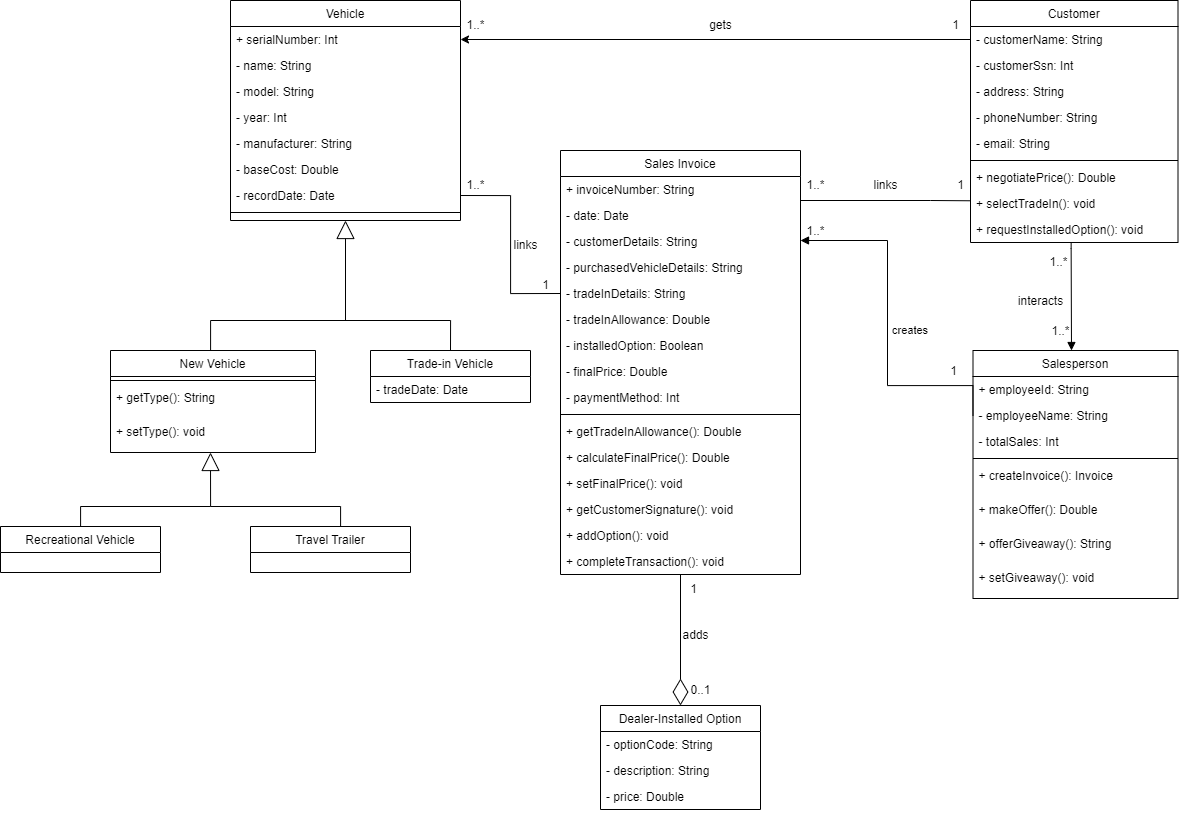
Earlier version of the draw.io export holiday_travel_vehicles.drawio.png (LarryChenCode/IS7020_diagrams). Source tidied: cells renumbered, new cells last; positions are measured from the earlier drawing's top-left corner, leaving out a move shared by most shapes.
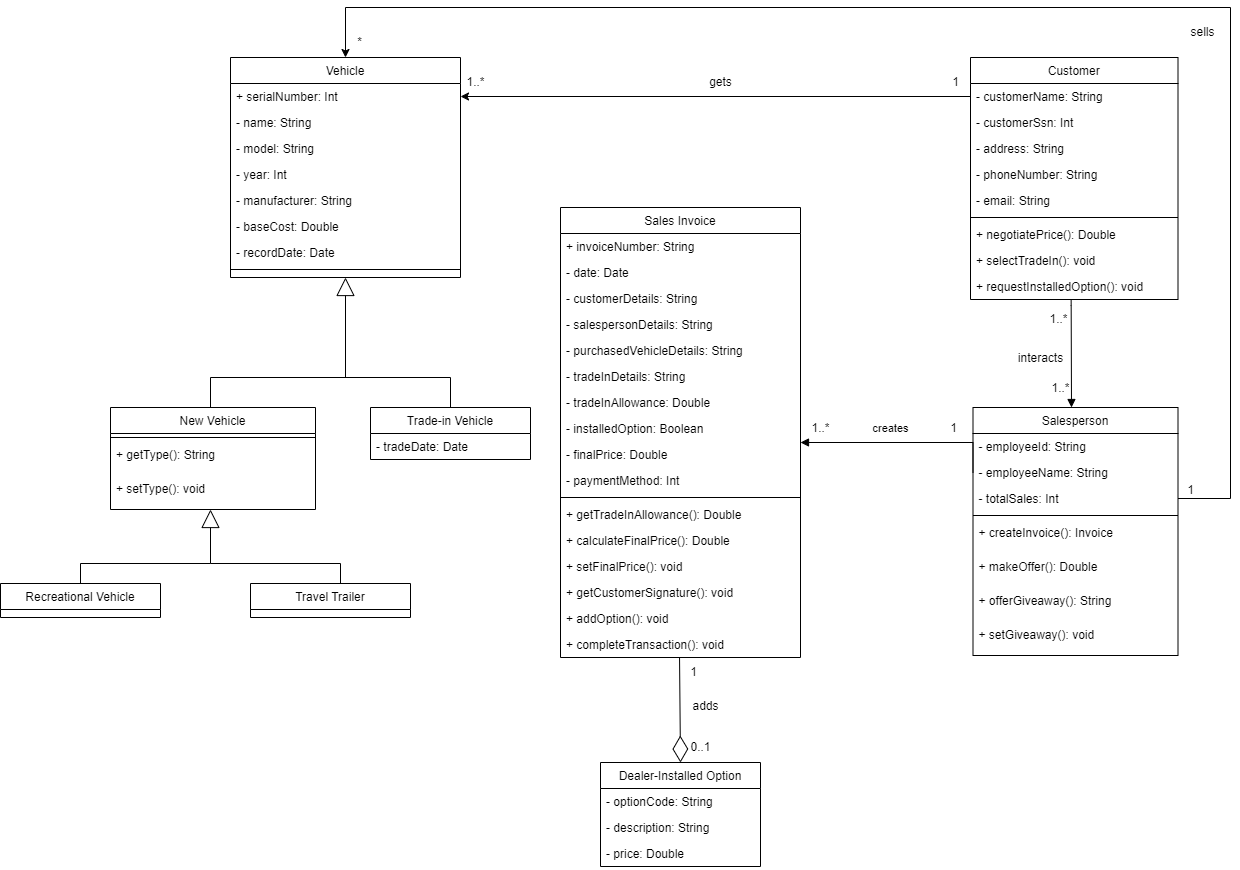
Above is the later version.

Diff of the diagram source:
```diff
@@ -29,10 +29,19 @@
     <mxCell id="10" style="line;html=1;strokeWidth=1;align=left;verticalAlign=middle;spacingTop=-1;spacingLeft=3;spacingRight=3;labelPosition=right;" parent="2" vertex="1">
       <mxGeometry y="208" width="230" height="8" as="geometry" />
     </mxCell>
+    <mxCell id="86" style="edgeStyle=orthogonalEdgeStyle;rounded=0;jettySize=auto;html=1;entryX=0.5;entryY=0;entryDx=0;entryDy=0;exitX=1;exitY=0.5;exitDx=0;exitDy=0;" parent="1" edge="1" source="14" target="2">
+      <mxGeometry relative="1" as="geometry">
+        <Array as="points">
+          <mxPoint x="1230" y="441" />
+          <mxPoint x="1230" y="-50" />
+          <mxPoint x="345" y="-50" />
+        </Array>
+      </mxGeometry>
+    </mxCell>
     <mxCell id="11" value="Salesperson" style="swimlane;fontStyle=0;align=center;verticalAlign=top;horizontal=1;startSize=26;rounded=0;shadow=0;strokeWidth=1;" parent="1" vertex="1">
       <mxGeometry x="972.5" y="350" width="205" height="248" as="geometry" />
     </mxCell>
-    <mxCell id="12" value="+ employeeId: String" style="text;align=left;verticalAlign=top;spacingLeft=4;spacingRight=4;overflow=hidden;" parent="11" vertex="1">
+    <mxCell id="12" value="- employeeId: String" style="text;align=left;verticalAlign=top;spacingLeft=4;spacingRight=4;overflow=hidden;" parent="11" vertex="1">
       <mxGeometry y="26" width="205" height="26" as="geometry" />
     </mxCell>
     <mxCell id="13" value="- employeeName: String" style="text;align=left;verticalAlign=top;spacingLeft=4;spacingRight=4;overflow=hidden;points=[[0,0.5],[1,0.5]];portConstraint=eastwest;rounded=0;shadow=0;html=0;" parent="11" vertex="1">
@@ -57,7 +66,7 @@
       <mxGeometry y="214" width="205" height="34" as="geometry" />
     </mxCell>
     <mxCell id="20" value="Sales Invoice" style="swimlane;fontStyle=0;align=center;verticalAlign=top;horizontal=1;startSize=26;rounded=0;shadow=0;strokeWidth=1;" parent="1" vertex="1">
-      <mxGeometry x="560" y="150" width="240" height="424" as="geometry" />
+      <mxGeometry x="560" y="150" width="240" height="450" as="geometry" />
     </mxCell>
     <mxCell id="21" value="+ invoiceNumber: String" style="text;align=left;verticalAlign=top;spacingLeft=4;spacingRight=4;overflow=hidden;" parent="20" vertex="1">
       <mxGeometry y="26" width="240" height="26" as="geometry" />
@@ -68,44 +77,47 @@
     <mxCell id="23" value="- customerDetails: String" style="text;align=left;verticalAlign=top;spacingLeft=4;spacingRight=4;overflow=hidden;" parent="20" vertex="1">
       <mxGeometry y="78" width="240" height="26" as="geometry" />
     </mxCell>
+    <mxCell id="87" value="- salespersonDetails: String" style="text;align=left;verticalAlign=top;spacingLeft=4;spacingRight=4;overflow=hidden;" parent="20" vertex="1">
+      <mxGeometry y="104" width="240" height="26" as="geometry" />
+    </mxCell>
     <mxCell id="24" value="- purchasedVehicleDetails: String" style="text;align=left;verticalAlign=top;spacingLeft=4;spacingRight=4;overflow=hidden;" parent="20" vertex="1">
-      <mxGeometry y="104" width="240" height="26" as="geometry" />
+      <mxGeometry y="130" width="240" height="26" as="geometry" />
     </mxCell>
     <mxCell id="25" value="- tradeInDetails: String" style="text;align=left;verticalAlign=top;spacingLeft=4;spacingRight=4;overflow=hidden;points=[[0,0.5],[1,0.5]];portConstraint=eastwest;" parent="20" vertex="1">
-      <mxGeometry y="130" width="240" height="26" as="geometry" />
+      <mxGeometry y="156" width="240" height="26" as="geometry" />
     </mxCell>
     <mxCell id="26" value="- tradeInAllowance: Double" style="text;align=left;verticalAlign=top;spacingLeft=4;spacingRight=4;overflow=hidden;" parent="20" vertex="1">
-      <mxGeometry y="156" width="240" height="26" as="geometry" />
+      <mxGeometry y="182" width="240" height="26" as="geometry" />
     </mxCell>
     <mxCell id="27" value="- installedOption: Boolean" style="text;align=left;verticalAlign=top;spacingLeft=4;spacingRight=4;overflow=hidden;" parent="20" vertex="1">
-      <mxGeometry y="182" width="240" height="26" as="geometry" />
+      <mxGeometry y="208" width="240" height="26" as="geometry" />
     </mxCell>
     <mxCell id="28" value="- finalPrice: Double" style="text;align=left;verticalAlign=top;spacingLeft=4;spacingRight=4;overflow=hidden;" parent="20" vertex="1">
-      <mxGeometry y="208" width="240" height="26" as="geometry" />
+      <mxGeometry y="234" width="240" height="26" as="geometry" />
     </mxCell>
     <mxCell id="29" value="- paymentMethod: Int" style="text;align=left;verticalAlign=top;spacingLeft=4;spacingRight=4;overflow=hidden;" parent="20" vertex="1">
-      <mxGeometry y="234" width="240" height="26" as="geometry" />
+      <mxGeometry y="260" width="240" height="26" as="geometry" />
     </mxCell>
     <mxCell id="30" style="line;html=1;strokeWidth=1;align=left;verticalAlign=middle;spacingTop=-1;spacingLeft=3;spacingRight=3;labelPosition=right;" parent="20" vertex="1">
-      <mxGeometry y="260" width="240" height="8" as="geometry" />
+      <mxGeometry y="286" width="240" height="8" as="geometry" />
     </mxCell>
     <mxCell id="31" value="+ getTradeInAllowance(): Double" style="text;align=left;verticalAlign=top;spacingLeft=4;spacingRight=4;overflow=hidden;" parent="20" vertex="1">
-      <mxGeometry y="268" width="240" height="26" as="geometry" />
+      <mxGeometry y="294" width="240" height="26" as="geometry" />
     </mxCell>
     <mxCell id="32" value="+ calculateFinalPrice(): Double" style="text;align=left;verticalAlign=top;spacingLeft=4;spacingRight=4;overflow=hidden;" parent="20" vertex="1">
-      <mxGeometry y="294" width="240" height="26" as="geometry" />
+      <mxGeometry y="320" width="240" height="26" as="geometry" />
     </mxCell>
     <mxCell id="33" value="+ setFinalPrice(): void" style="text;align=left;verticalAlign=top;spacingLeft=4;spacingRight=4;overflow=hidden;" parent="20" vertex="1">
-      <mxGeometry y="320" width="240" height="26" as="geometry" />
+      <mxGeometry y="346" width="240" height="26" as="geometry" />
     </mxCell>
     <mxCell id="34" value="+ getCustomerSignature(): void" style="text;align=left;verticalAlign=top;spacingLeft=4;spacingRight=4;overflow=hidden;" parent="20" vertex="1">
-      <mxGeometry y="346" width="240" height="26" as="geometry" />
+      <mxGeometry y="372" width="240" height="26" as="geometry" />
     </mxCell>
     <mxCell id="35" value="+ addOption(): void" style="text;align=left;verticalAlign=top;spacingLeft=4;spacingRight=4;overflow=hidden;" parent="20" vertex="1">
-      <mxGeometry y="372" width="240" height="26" as="geometry" />
+      <mxGeometry y="398" width="240" height="26" as="geometry" />
     </mxCell>
     <mxCell id="36" value="+ completeTransaction(): void" style="text;align=left;verticalAlign=top;spacingLeft=4;spacingRight=4;overflow=hidden;points=[[0,0.5],[1,0.5]];portConstraint=eastwest;" parent="20" vertex="1">
-      <mxGeometry y="398" width="240" height="26" as="geometry" />
+      <mxGeometry y="424" width="240" height="26" as="geometry" />
     </mxCell>
     <mxCell id="37" style="edgeStyle=orthogonalEdgeStyle;rounded=0;jettySize=auto;html=1;entryX=1;entryY=0.5;entryDx=0;entryDy=0;exitX=0;exitY=0.5;exitDx=0;exitDy=0;" parent="1" edge="1" source="39" target="3">
       <mxGeometry relative="1" as="geometry">
@@ -169,17 +181,17 @@
     <mxCell id="53" value="1..*" style="text;html=1;align=center;verticalAlign=middle;strokeColor=none;fillColor=none;" parent="1" vertex="1">
       <mxGeometry x="1040" y="316" width="40" height="30" as="geometry" />
     </mxCell>
-    <mxCell id="54" value="creates" style="endArrow=block;endFill=1;html=1;edgeStyle=orthogonalEdgeStyle;align=left;verticalAlign=top;rounded=0;exitX=0;exitY=0.5;exitDx=0;exitDy=0;entryX=0.125;entryY=0.8;entryDx=0;entryDy=0;entryPerimeter=0;" parent="1" edge="1" source="13" target="55">
-      <mxGeometry x="0.06" y="-3" relative="1" as="geometry">
+    <mxCell id="54" style="endArrow=block;endFill=1;html=1;edgeStyle=orthogonalEdgeStyle;align=left;verticalAlign=top;rounded=0;exitX=0;exitY=0.5;exitDx=0;exitDy=0;" parent="1" edge="1" source="13">
+      <mxGeometry x="-0.09" y="5" relative="1" as="geometry">
+        <mxPoint x="800" y="385" as="targetPoint" />
         <Array as="points">
-          <mxPoint x="972" y="385" />
-          <mxPoint x="887" y="385" />
-          <mxPoint x="887" y="240" />
+          <mxPoint x="973" y="385" />
+          <mxPoint x="800" y="385" />
         </Array>
       </mxGeometry>
     </mxCell>
     <mxCell id="55" value="1..*" style="text;html=1;align=center;verticalAlign=middle;points=[];strokeColor=none;fillColor=none;" parent="1" vertex="1">
-      <mxGeometry x="795" y="216" width="40" height="30" as="geometry" />
+      <mxGeometry x="800" y="356" width="40" height="30" as="geometry" />
     </mxCell>
     <mxCell id="56" style="endArrow=block;endSize=16;endFill=0;html=1;rounded=0;entryX=0.5;entryY=1;entryDx=0;entryDy=0;exitX=0.5;exitY=0;exitDx=0;exitDy=0;edgeStyle=orthogonalEdgeStyle;" parent="1" edge="1" source="57" target="2">
       <mxGeometry relative="1" as="geometry">
@@ -207,15 +219,6 @@
     <mxCell id="60" value="1" style="text;html=1;align=center;verticalAlign=middle;strokeColor=none;fillColor=none;" parent="1" vertex="1">
       <mxGeometry x="940" y="10" width="30" height="30" as="geometry" />
     </mxCell>
-    <mxCell id="61" value="links" style="text;html=1;align=center;verticalAlign=middle;strokeColor=none;fillColor=none;" parent="1" vertex="1">
-      <mxGeometry x="500" y="230" width="50" height="30" as="geometry" />
-    </mxCell>
-    <mxCell id="62" value="1..*" style="text;html=1;align=center;verticalAlign=middle;strokeColor=none;fillColor=none;" parent="1" vertex="1">
-      <mxGeometry x="455" y="170" width="40" height="30" as="geometry" />
-    </mxCell>
-    <mxCell id="63" value="1" style="text;html=1;align=center;verticalAlign=middle;strokeColor=none;fillColor=none;" parent="1" vertex="1">
-      <mxGeometry x="530" y="270" width="30" height="30" as="geometry" />
-    </mxCell>
     <mxCell id="64" value="New Vehicle" style="swimlane;fontStyle=0;align=center;verticalAlign=top;horizontal=1;startSize=26;rounded=0;shadow=0;strokeWidth=1;" parent="1" vertex="1">
       <mxGeometry x="110" y="350" width="205" height="102" as="geometry" />
     </mxCell>
@@ -229,10 +232,10 @@
       <mxGeometry y="68" width="205" height="34" as="geometry" />
     </mxCell>
     <mxCell id="68" value="Recreational Vehicle" style="swimlane;fontStyle=0;align=center;verticalAlign=top;horizontal=1;startSize=26;rounded=0;shadow=0;strokeWidth=1;" parent="1" vertex="1">
-      <mxGeometry y="526" width="160" height="46" as="geometry" />
+      <mxGeometry y="526" width="160" height="34" as="geometry" />
     </mxCell>
     <mxCell id="69" value="Travel Trailer" style="swimlane;fontStyle=0;align=center;verticalAlign=top;horizontal=1;startSize=26;rounded=0;shadow=0;strokeWidth=1;" parent="1" vertex="1">
-      <mxGeometry x="250" y="526" width="160" height="46" as="geometry" />
+      <mxGeometry x="250" y="526" width="160" height="34" as="geometry" />
     </mxCell>
     <mxCell id="70" style="endArrow=block;endSize=16;endFill=0;html=1;rounded=0;entryX=0.5;entryY=1;entryDx=0;entryDy=0;edgeStyle=orthogonalEdgeStyle;exitX=0.5;exitY=0;exitDx=0;exitDy=0;" parent="1" edge="1" source="69">
       <mxGeometry relative="1" as="geometry">
@@ -252,41 +255,21 @@
         </Array>
       </mxGeometry>
     </mxCell>
-    <mxCell id="72" style="endArrow=diamondThin;endFill=0;endSize=24;html=1;rounded=0;entryX=0.5;entryY=0;entryDx=0;entryDy=0;exitX=0.5;exitY=1;exitDx=0;exitDy=0;" parent="1" edge="1" source="20" target="48">
+    <mxCell id="72" style="endArrow=diamondThin;endFill=0;endSize=24;html=1;rounded=0;entryX=0.5;entryY=0;entryDx=0;entryDy=0;exitX=0.496;exitY=1.018;exitDx=0;exitDy=0;exitPerimeter=0;" parent="1" edge="1" source="36" target="48">
       <mxGeometry relative="1" as="geometry" />
     </mxCell>
     <mxCell id="73" value="1..*" style="text;html=1;align=center;verticalAlign=middle;strokeColor=none;fillColor=none;" parent="1" vertex="1">
       <mxGeometry x="1038" y="247" width="40" height="30" as="geometry" />
     </mxCell>
     <mxCell id="74" value="1" style="text;html=1;align=center;verticalAlign=middle;strokeColor=none;fillColor=none;" parent="1" vertex="1">
-      <mxGeometry x="678" y="574" width="30" height="30" as="geometry" />
+      <mxGeometry x="678" y="600" width="30" height="30" as="geometry" />
     </mxCell>
     <mxCell id="75" value="0..1" style="text;html=1;align=center;verticalAlign=middle;strokeColor=none;fillColor=none;" parent="1" vertex="1">
       <mxGeometry x="680" y="675" width="40" height="30" as="geometry" />
     </mxCell>
     <mxCell id="76" value="adds" style="text;html=1;align=center;verticalAlign=middle;strokeColor=none;fillColor=none;" parent="1" vertex="1">
-      <mxGeometry x="670" y="620" width="50" height="30" as="geometry" />
+      <mxGeometry x="680" y="634" width="50" height="30" as="geometry" />
     </mxCell>
-    <mxCell id="77" style="endArrow=none;html=1;edgeStyle=orthogonalEdgeStyle;rounded=0;entryX=0.809;entryY=1.009;entryDx=0;entryDy=0;entryPerimeter=0;" parent="1" edge="1" target="79">
-      <mxGeometry relative="1" as="geometry">
-        <mxPoint x="800" y="200" as="sourcePoint" />
-        <Array as="points">
-          <mxPoint x="930" y="200" />
-        </Array>
-      </mxGeometry>
-    </mxCell>
-    <mxCell id="78" value="1..*" style="text;html=1;align=center;verticalAlign=middle;strokeColor=none;fillColor=none;" parent="1" vertex="1">
-      <mxGeometry x="795" y="170" width="40" height="30" as="geometry" />
-    </mxCell>
-    <mxCell id="79" value="1" style="text;html=1;align=center;verticalAlign=middle;points=[];strokeColor=none;fillColor=none;" parent="1" vertex="1">
-      <mxGeometry x="945" y="170" width="30" height="30" as="geometry" />
-    </mxCell>
-    <mxCell id="80" value="links" style="text;html=1;align=center;verticalAlign=middle;strokeColor=none;fillColor=none;" parent="1" vertex="1">
-      <mxGeometry x="860" y="170" width="50" height="30" as="geometry" />
-    </mxCell>
-    <mxCell id="81" style="endArrow=none;html=1;edgeStyle=orthogonalEdgeStyle;rounded=0;exitX=1;exitY=0.5;exitDx=0;exitDy=0;entryX=0;entryY=0.5;entryDx=0;entryDy=0;" parent="1" edge="1" source="9" target="25">
-      <mxGeometry relative="1" as="geometry" />
-    </mxCell>
     <mxCell id="82" value="1..*" style="text;html=1;align=center;verticalAlign=middle;strokeColor=none;fillColor=none;" parent="1" vertex="1">
       <mxGeometry x="455" y="10" width="40" height="30" as="geometry" />
     </mxCell>
@@ -299,5 +282,17 @@
     <mxCell id="85" value="1" style="text;html=1;align=center;verticalAlign=middle;strokeColor=none;fillColor=none;" parent="1" vertex="1">
       <mxGeometry x="938" y="356" width="30" height="30" as="geometry" />
     </mxCell>
+    <mxCell id="88" value="&lt;span style=&quot;font-size: 11px; text-align: left; background-color: rgb(255, 255, 255);&quot;&gt;creates&lt;/span&gt;" style="text;html=1;align=center;verticalAlign=middle;strokeColor=none;fillColor=none;" parent="1" vertex="1">
+      <mxGeometry x="860" y="356" width="60" height="30" as="geometry" />
+    </mxCell>
+    <mxCell id="89" value="sells" style="text;html=1;align=center;verticalAlign=middle;strokeColor=none;fillColor=none;" parent="1" vertex="1">
+      <mxGeometry x="1177" y="-40" width="50" height="30" as="geometry" />
+    </mxCell>
+    <mxCell id="90" value="1" style="text;html=1;align=center;verticalAlign=middle;strokeColor=none;fillColor=none;" parent="1" vertex="1">
+      <mxGeometry x="1175" y="418" width="30" height="30" as="geometry" />
+    </mxCell>
+    <mxCell id="91" value="*" style="text;html=1;align=center;verticalAlign=middle;strokeColor=none;fillColor=none;" parent="1" vertex="1">
+      <mxGeometry x="344" y="-30" width="30" height="30" as="geometry" />
+    </mxCell>
   </root>
 </mxGraphModel>
```
